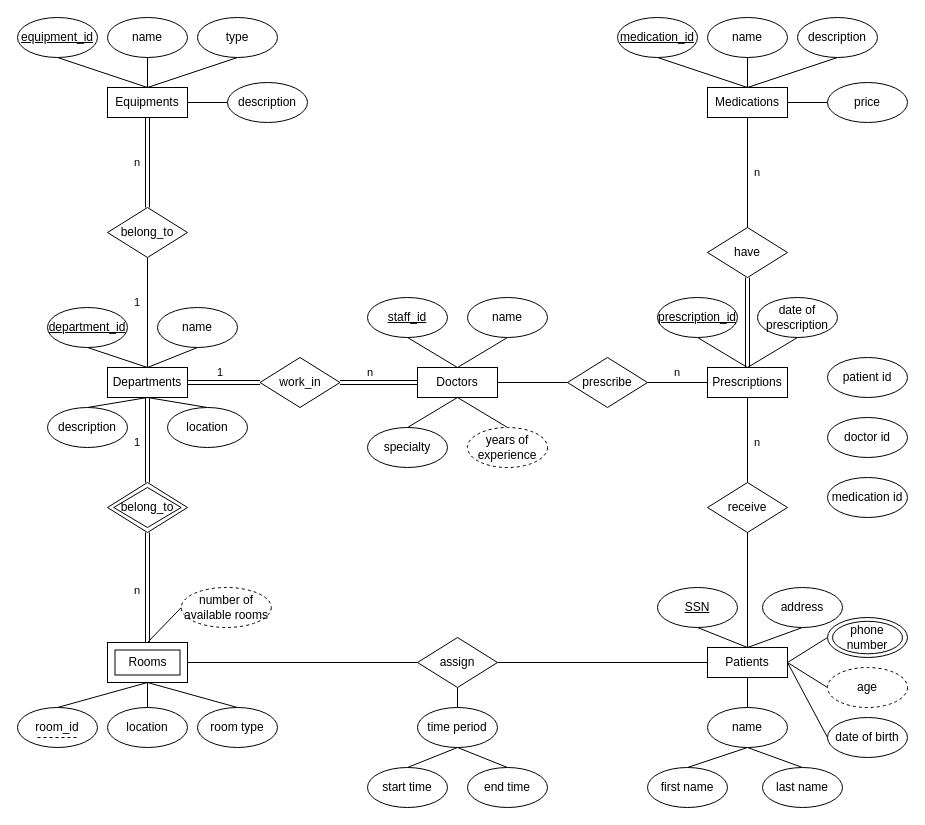
This is Untitled Diagram.drawio from honglishi/data-analyst, a draw.io file, before an edit. Source tidied: cells renumbered, new cells numbered last; positions are measured from the earlier drawing's top-left corner, leaving out a move shared by most shapes. Both pictures are drawn from the tidied source at 100%, with x=0, y=0 at pixel (17, 17).
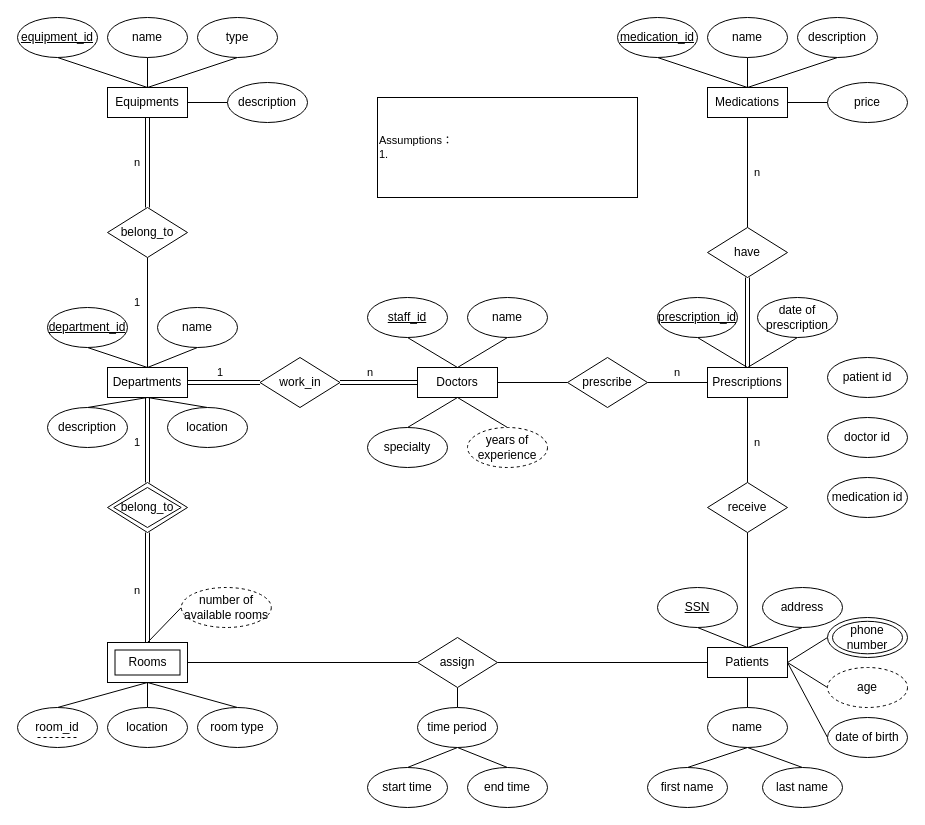
Above is the later version.

The edit, as a diff of the source:
```diff
@@
+    <mxCell id="112" value="Assumptions：&lt;div&gt;1.&amp;nbsp;&lt;/div&gt;" style="rounded=0;whiteSpace=wrap;html=1;fontFamily=Helvetica;fontSize=11;fontColor=default;labelBackgroundColor=default;align=left;" parent="1" vertex="1">
+      <mxGeometry x="360" y="80" width="260" height="100" as="geometry" />
+    </mxCell>
```
